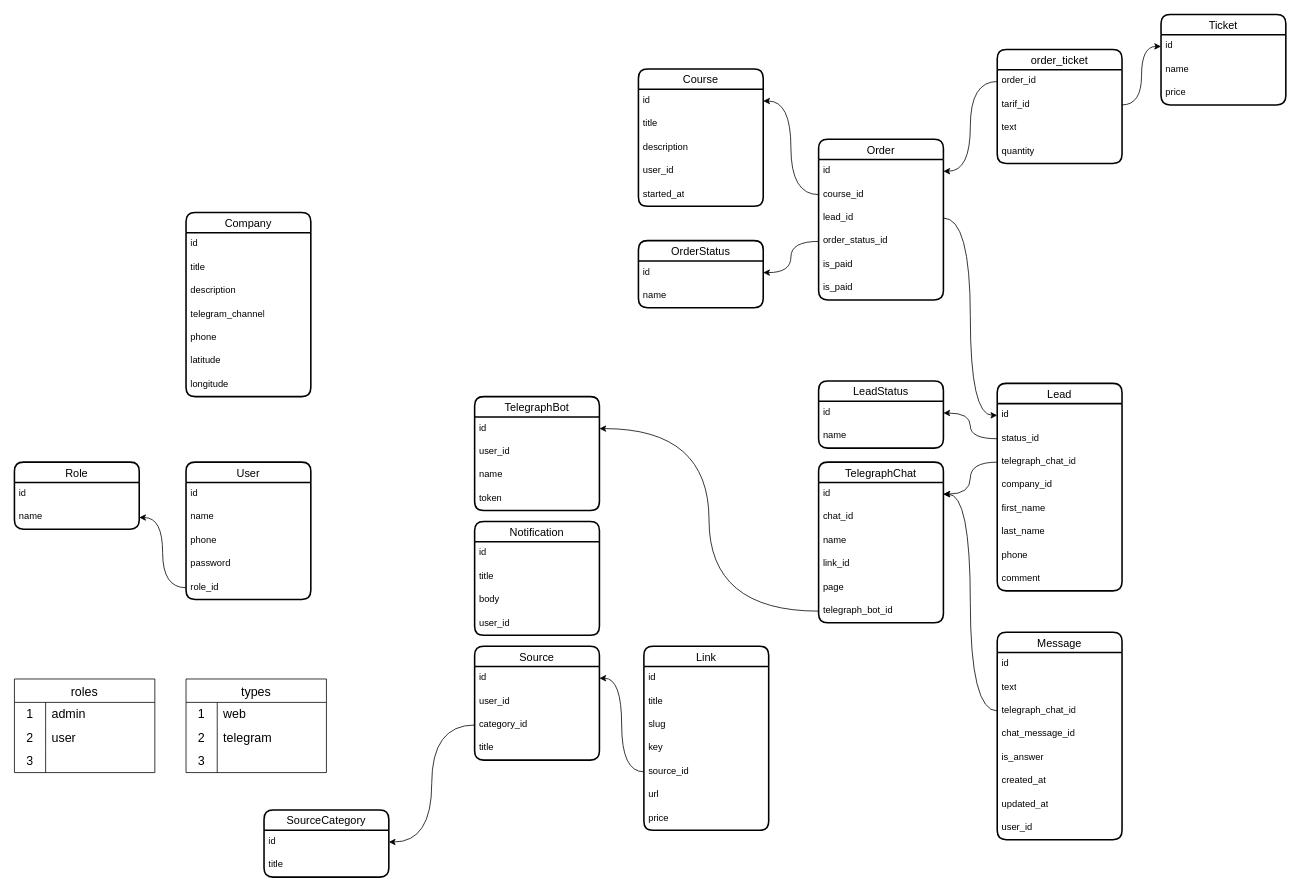
The draw.io diagram page "SAMO" (2 of 3) of sales-up.drawio in iztileuoff/databases, before the edit. Source tidied: cells renumbered, new cells numbered last; positions are measured from the earlier drawing's top-left corner, leaving out a move shared by most shapes. Both pictures are drawn from the tidied source at 78%, with x=0, y=0 at pixel (14, 14).
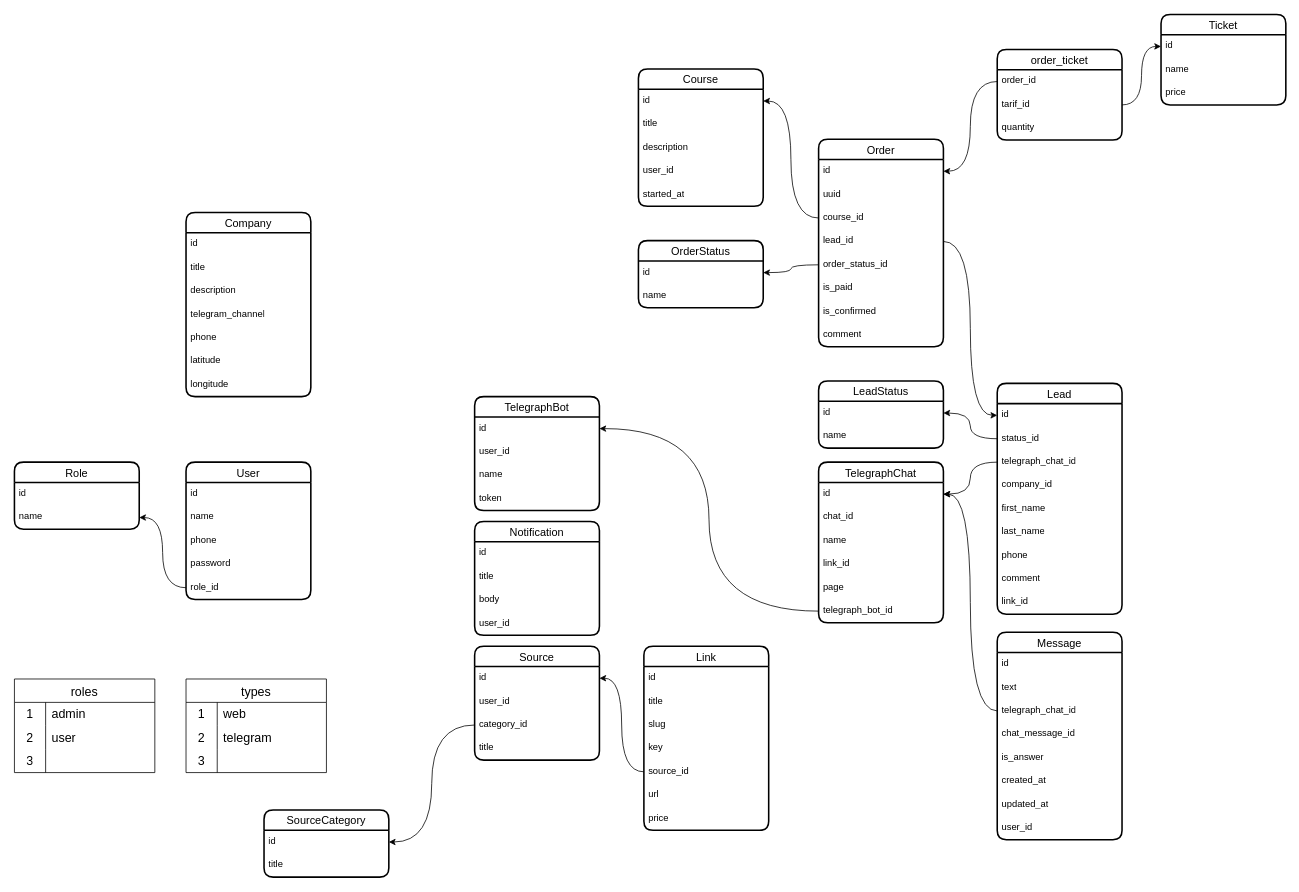
The same diagram, later.

What changed in the source:
```diff
@@
     <mxCell id="40" value="Order" style="swimlane;fontStyle=0;horizontal=1;startSize=26;align=center;fontSize=14;strokeWidth=2;rounded=1;shadow=0;glass=0;swimlaneLine=1;" parent="1" vertex="1">
-      <mxGeometry x="1031" y="160" width="160" height="206" as="geometry" />
+      <mxGeometry x="1031" y="160" width="160" height="266" as="geometry" />
     </mxCell>
@@
+    <mxCell id="130" value="uuid" style="text;strokeColor=none;fillColor=none;spacingLeft=4;spacingRight=4;overflow=hidden;fontSize=12;whiteSpace=wrap;html=1;" parent="40" vertex="1">
+      <mxGeometry y="56" width="160" height="30" as="geometry" />
+    </mxCell>
     <mxCell id="42" value="course_id" style="text;strokeColor=none;fillColor=none;spacingLeft=4;spacingRight=4;overflow=hidden;points=[[0,0.5],[1,0.5]];portConstraint=eastwest;fontSize=12;whiteSpace=wrap;html=1;" parent="40" vertex="1">
-      <mxGeometry y="56" width="160" height="30" as="geometry" />
+      <mxGeometry y="86" width="160" height="30" as="geometry" />
     </mxCell>
     <mxCell id="43" value="lead_id" style="text;strokeColor=none;fillColor=none;spacingLeft=4;spacingRight=4;overflow=hidden;points=[[0,0.5],[1,0.5]];portConstraint=eastwest;fontSize=12;whiteSpace=wrap;html=1;" parent="40" vertex="1">
-      <mxGeometry y="86" width="160" height="30" as="geometry" />
+      <mxGeometry y="116" width="160" height="30" as="geometry" />
     </mxCell>
     <mxCell id="44" value="order_status_id" style="text;strokeColor=none;fillColor=none;spacingLeft=4;spacingRight=4;overflow=hidden;points=[[0,0.5],[1,0.5]];portConstraint=eastwest;fontSize=12;whiteSpace=wrap;html=1;" parent="40" vertex="1">
-      <mxGeometry y="116" width="160" height="30" as="geometry" />
+      <mxGeometry y="146" width="160" height="30" as="geometry" />
     </mxCell>
     <mxCell id="45" value="is_paid" style="text;strokeColor=none;fillColor=none;spacingLeft=4;spacingRight=4;overflow=hidden;fontSize=12;whiteSpace=wrap;html=1;" parent="40" vertex="1">
-      <mxGeometry y="146" width="160" height="30" as="geometry" />
+      <mxGeometry y="176" width="160" height="30" as="geometry" />
     </mxCell>
-    <mxCell id="46" value="is_paid" style="text;strokeColor=none;fillColor=none;spacingLeft=4;spacingRight=4;overflow=hidden;fontSize=12;whiteSpace=wrap;html=1;" parent="40" vertex="1">
-      <mxGeometry y="176" width="160" height="30" as="geometry" />
+    <mxCell id="46" value="is_confirmed" style="text;strokeColor=none;fillColor=none;spacingLeft=4;spacingRight=4;overflow=hidden;fontSize=12;whiteSpace=wrap;html=1;" parent="40" vertex="1">
+      <mxGeometry y="206" width="160" height="30" as="geometry" />
     </mxCell>
+    <mxCell id="131" value="comment" style="text;strokeColor=none;fillColor=none;spacingLeft=4;spacingRight=4;overflow=hidden;fontSize=12;whiteSpace=wrap;html=1;" parent="40" vertex="1">
+      <mxGeometry y="236" width="160" height="30" as="geometry" />
+    </mxCell>
@@
     <mxCell id="83" value="Lead" style="swimlane;fontStyle=0;horizontal=1;startSize=26;align=center;fontSize=14;strokeWidth=2;rounded=1;shadow=0;glass=0;swimlaneLine=1;" parent="1" vertex="1">
-      <mxGeometry x="1260" y="473" width="160" height="266" as="geometry" />
+      <mxGeometry x="1260" y="473" width="160" height="296" as="geometry" />
     </mxCell>
@@
+    <mxCell id="132" value="link_id" style="text;strokeColor=none;fillColor=none;spacingLeft=4;spacingRight=4;overflow=hidden;fontSize=12;whiteSpace=wrap;html=1;" parent="83" vertex="1">
+      <mxGeometry y="266" width="160" height="30" as="geometry" />
+    </mxCell>
@@
     <mxCell id="96" value="order_ticket" style="swimlane;fontStyle=0;horizontal=1;startSize=26;align=center;fontSize=14;strokeWidth=2;rounded=1;shadow=0;glass=0;swimlaneLine=1;" parent="1" vertex="1">
-      <mxGeometry x="1260" y="45" width="160" height="146" as="geometry" />
+      <mxGeometry x="1260" y="45" width="160" height="116" as="geometry" />
     </mxCell>
@@
-    <mxCell id="99" value="text" style="text;strokeColor=none;fillColor=none;spacingLeft=4;spacingRight=4;overflow=hidden;fontSize=12;whiteSpace=wrap;html=1;" parent="96" vertex="1">
-      <mxGeometry y="86" width="160" height="30" as="geometry" />
-    </mxCell>
     <mxCell id="100" value="quantity" style="text;strokeColor=none;fillColor=none;spacingLeft=4;spacingRight=4;overflow=hidden;fontSize=12;whiteSpace=wrap;html=1;" parent="96" vertex="1">
-      <mxGeometry y="116" width="160" height="30" as="geometry" />
+      <mxGeometry y="86" width="160" height="30" as="geometry" />
     </mxCell>
```
